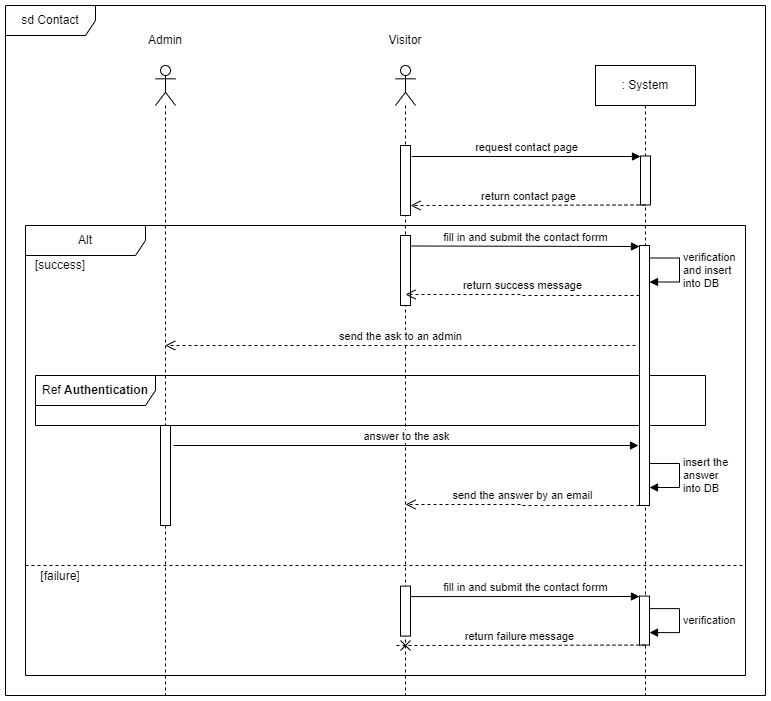
David-Renard/OC-projet5 keeps this draw.io diagram as UML_diagrams/Seq - contact.drawio.png. Above is the earlier version. Source tidied: cells renumbered, new cells last; positions are measured from the earlier drawing's top-left corner, leaving out a move shared by most shapes.
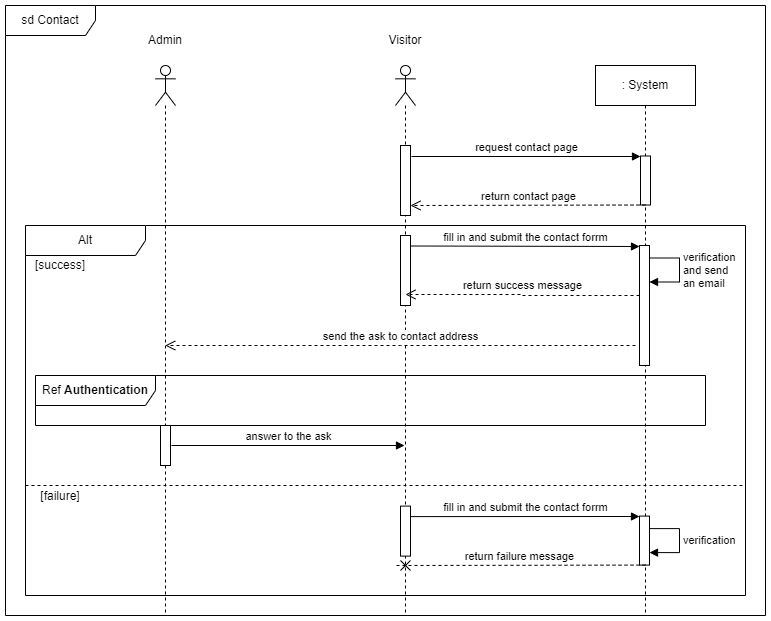
Later version of the same file.

Change to the diagram source:
```diff
@@ -3,16 +3,16 @@
     <mxCell id="0" />
     <mxCell id="1" parent="0" />
     <mxCell id="2" value="sd Contact" style="shape=umlFrame;whiteSpace=wrap;html=1;width=90;height=30;" parent="1" vertex="1">
-      <mxGeometry width="760" height="690" as="geometry" />
+      <mxGeometry width="760" height="610" as="geometry" />
     </mxCell>
     <mxCell id="3" style="shape=umlLifeline;perimeter=lifelinePerimeter;whiteSpace=wrap;html=1;newEdgeStyle={&quot;edgeStyle&quot;:&quot;elbowEdgeStyle&quot;,&quot;elbow&quot;:&quot;vertical&quot;,&quot;curved&quot;:0,&quot;rounded&quot;:0};participant=umlActor;" parent="1" vertex="1">
-      <mxGeometry x="150" y="60" width="20" height="630" as="geometry" />
+      <mxGeometry x="150" y="60" width="20" height="550" as="geometry" />
     </mxCell>
     <mxCell id="4" value="Visitor" style="text;html=1;strokeColor=none;fillColor=none;align=center;verticalAlign=middle;whiteSpace=wrap;rounded=0;" parent="1" vertex="1">
       <mxGeometry x="370" y="20" width="60" height="30" as="geometry" />
     </mxCell>
     <mxCell id="5" style="shape=umlLifeline;perimeter=lifelinePerimeter;whiteSpace=wrap;html=1;newEdgeStyle={&quot;edgeStyle&quot;:&quot;elbowEdgeStyle&quot;,&quot;elbow&quot;:&quot;vertical&quot;,&quot;curved&quot;:0,&quot;rounded&quot;:0};participant=umlActor;" parent="1" vertex="1">
-      <mxGeometry x="390" y="60" width="20" height="630" as="geometry" />
+      <mxGeometry x="390" y="60" width="20" height="550" as="geometry" />
     </mxCell>
     <mxCell id="6" style="html=1;perimeter=orthogonalPerimeter;targetShapes=umlLifeline;newEdgeStyle={&quot;edgeStyle&quot;:&quot;elbowEdgeStyle&quot;,&quot;elbow&quot;:&quot;vertical&quot;,&quot;curved&quot;:0,&quot;rounded&quot;:0};" parent="5" vertex="1">
       <mxGeometry x="5" y="170" width="10" height="70" as="geometry" />
@@ -21,7 +21,7 @@
       <mxGeometry x="130" y="20" width="60" height="30" as="geometry" />
     </mxCell>
     <mxCell id="8" value=": System" style="shape=umlLifeline;perimeter=lifelinePerimeter;whiteSpace=wrap;html=1;newEdgeStyle={&quot;edgeStyle&quot;:&quot;elbowEdgeStyle&quot;,&quot;elbow&quot;:&quot;vertical&quot;,&quot;curved&quot;:0,&quot;rounded&quot;:0};" parent="1" vertex="1">
-      <mxGeometry x="590" y="60" width="100" height="630" as="geometry" />
+      <mxGeometry x="590" y="60" width="100" height="550" as="geometry" />
     </mxCell>
     <mxCell id="9" style="html=1;points=[];perimeter=orthogonalPerimeter;outlineConnect=0;targetShapes=umlLifeline;portConstraint=eastwest;newEdgeStyle={&quot;edgeStyle&quot;:&quot;elbowEdgeStyle&quot;,&quot;elbow&quot;:&quot;vertical&quot;,&quot;curved&quot;:0,&quot;rounded&quot;:0};" parent="8" vertex="1">
       <mxGeometry x="45" y="90.5" width="10" height="49" as="geometry" />
@@ -43,14 +43,14 @@
       </mxGeometry>
     </mxCell>
     <mxCell id="14" style="html=1;points=[];perimeter=orthogonalPerimeter;outlineConnect=0;targetShapes=umlLifeline;portConstraint=eastwest;newEdgeStyle={&quot;edgeStyle&quot;:&quot;elbowEdgeStyle&quot;,&quot;elbow&quot;:&quot;vertical&quot;,&quot;curved&quot;:0,&quot;rounded&quot;:0};" parent="1" vertex="1">
-      <mxGeometry x="634" y="240" width="10" height="260" as="geometry" />
+      <mxGeometry x="634" y="240" width="10" height="120" as="geometry" />
     </mxCell>
     <mxCell id="15" value="fill in and submit the contact forrm" style="html=1;verticalAlign=bottom;endArrow=block;edgeStyle=elbowEdgeStyle;elbow=vertical;curved=0;rounded=0;" parent="1" edge="1" target="14">
       <mxGeometry relative="1" as="geometry">
         <mxPoint x="405" y="240.5" as="sourcePoint" />
       </mxGeometry>
     </mxCell>
-    <mxCell id="16" value="verification&lt;br&gt;and insert&lt;br&gt;into DB" style="html=1;align=left;spacingLeft=2;endArrow=block;rounded=0;edgeStyle=orthogonalEdgeStyle;curved=0;rounded=0;" parent="1" edge="1">
+    <mxCell id="16" value="verification&lt;br&gt;and send&lt;br&gt;an email" style="html=1;align=left;spacingLeft=2;endArrow=block;rounded=0;edgeStyle=orthogonalEdgeStyle;curved=0;rounded=0;" parent="1" edge="1">
       <mxGeometry relative="1" as="geometry">
         <mxPoint x="644" y="252.5" as="sourcePoint" />
         <mxPoint x="644" y="276.5" as="targetPoint" />
@@ -62,7 +62,7 @@
       </mxGeometry>
     </mxCell>
     <mxCell id="17" value="Alt" style="shape=umlFrame;whiteSpace=wrap;html=1;width=120;height=30;" parent="1" vertex="1">
-      <mxGeometry x="20" y="220" width="720" height="450" as="geometry" />
+      <mxGeometry x="20" y="220" width="720" height="370" as="geometry" />
     </mxCell>
     <mxCell id="18" value="return success message" style="html=1;verticalAlign=bottom;endArrow=open;dashed=1;endSize=8;edgeStyle=elbowEdgeStyle;elbow=horizontal;curved=0;rounded=0;" parent="1" edge="1">
       <mxGeometry relative="1" as="geometry">
@@ -73,17 +73,17 @@
     <mxCell id="19" value="[success]" style="text;html=1;strokeColor=none;fillColor=none;align=center;verticalAlign=middle;whiteSpace=wrap;rounded=0;" parent="1" vertex="1">
       <mxGeometry x="20" y="250" width="70" height="20" as="geometry" />
     </mxCell>
-    <mxCell id="20" value="send the ask to an admin" style="html=1;verticalAlign=bottom;endArrow=open;dashed=1;endSize=8;edgeStyle=elbowEdgeStyle;elbow=vertical;curved=0;rounded=0;" parent="1" edge="1">
+    <mxCell id="20" value="send the ask to contact address" style="html=1;verticalAlign=bottom;endArrow=open;dashed=1;endSize=8;edgeStyle=elbowEdgeStyle;elbow=vertical;curved=0;rounded=0;" parent="1" edge="1">
       <mxGeometry relative="1" as="geometry">
         <mxPoint x="630" y="340" as="sourcePoint" />
         <mxPoint x="159.8" y="340" as="targetPoint" />
       </mxGeometry>
     </mxCell>
     <mxCell id="21" style="html=1;perimeter=orthogonalPerimeter;targetShapes=umlLifeline;newEdgeStyle={&quot;edgeStyle&quot;:&quot;elbowEdgeStyle&quot;,&quot;elbow&quot;:&quot;vertical&quot;,&quot;curved&quot;:0,&quot;rounded&quot;:0};" parent="1" vertex="1">
-      <mxGeometry x="155" y="420" width="10" height="100" as="geometry" />
+      <mxGeometry x="155" y="420" width="10" height="40" as="geometry" />
     </mxCell>
     <mxCell id="22" style="group;" parent="1" vertex="1">
-      <mxGeometry x="20" y="560" width="718.9" height="80.6" as="geometry" />
+      <mxGeometry x="20" y="480" width="718.9" height="80.6" as="geometry" />
     </mxCell>
     <mxCell id="23" style="endArrow=none;dashed=1;html=1;rounded=0;entryX=1;entryY=0.533;entryDx=0;entryDy=0;entryPerimeter=0;" parent="22" edge="1">
       <mxGeometry relative="1" as="geometry">
@@ -124,26 +124,9 @@
     </mxCell>
     <mxCell id="30" value="answer to the ask" style="html=1;verticalAlign=bottom;endArrow=block;edgeStyle=elbowEdgeStyle;elbow=vertical;curved=0;rounded=0;" parent="1" edge="1">
       <mxGeometry relative="1" as="geometry">
-        <mxPoint x="168" y="440" as="sourcePoint" />
-        <mxPoint x="633" y="440" as="targetPoint" />
+        <mxPoint x="166" y="440" as="sourcePoint" />
+        <mxPoint x="399" y="440" as="targetPoint" />
       </mxGeometry>
     </mxCell>
-    <mxCell id="31" value="insert the&lt;br&gt;answer&lt;br&gt;into DB" style="html=1;align=left;spacingLeft=2;endArrow=block;rounded=0;edgeStyle=orthogonalEdgeStyle;curved=0;rounded=0;" parent="1" edge="1">
-      <mxGeometry relative="1" as="geometry">
-        <mxPoint x="644" y="458" as="sourcePoint" />
-        <mxPoint x="644" y="482" as="targetPoint" />
-        <Array as="points">
-          <mxPoint x="674" y="458" />
-          <mxPoint x="674" y="482" />
-          <mxPoint x="644" y="482" />
-        </Array>
-      </mxGeometry>
-    </mxCell>
-    <mxCell id="32" value="send the answer by an email" style="html=1;verticalAlign=bottom;endArrow=open;dashed=1;endSize=8;edgeStyle=elbowEdgeStyle;elbow=horizontal;curved=0;rounded=0;" parent="1" edge="1">
-      <mxGeometry relative="1" as="geometry">
-        <mxPoint x="634" y="500" as="sourcePoint" />
-        <mxPoint x="400" y="499" as="targetPoint" />
-      </mxGeometry>
-    </mxCell>
   </root>
 </mxGraphModel>
```
